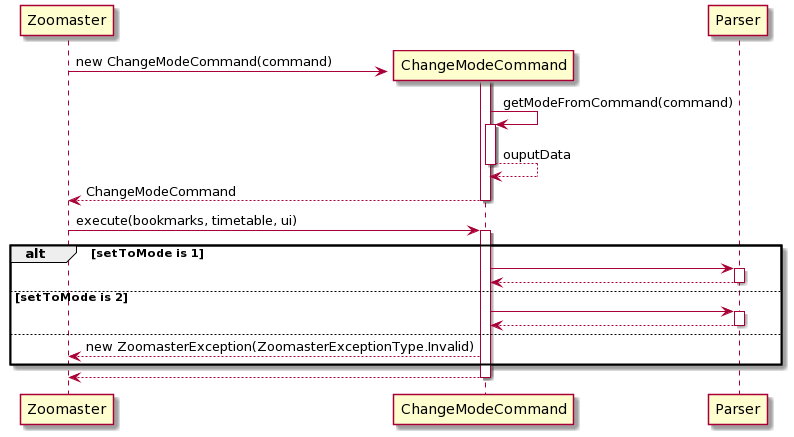
nus-cs2113-AY2021S1/tp keeps this PlantUML diagram as docs/diagrams/ChangeModeCommand seq dia.png. Above is the earlier version. Its diagram source:
```plantuml
@startuml
create Zoomaster
create ChangeModeCommand
activate ChangeModeCommand
Zoomaster -> ChangeModeCommand: new ChangeModeCommand(command)
ChangeModeCommand -> ChangeModeCommand: getModeFromCommand(command)
activate ChangeModeCommand
return ouputData
ChangeModeCommand --> Zoomaster: ChangeModeCommand
deactivate ChangeModeCommand

Zoomaster -> ChangeModeCommand: execute(bookmarks, timetable, ui)
activate ChangeModeCommand

alt setToMode is 1

ChangeModeCommand -> Parser
activate Parser
Parser --> ChangeModeCommand
deactivate Parser

else setToMode is 2

ChangeModeCommand -> Parser
activate Parser
Parser --> ChangeModeCommand
deactivate Parser

else

ChangeModeCommand --> Zoomaster: new ZoomasterException(ZoomasterExceptionType.Invalid)

end

ChangeModeCommand --> Zoomaster
deactivate ChangeModeCommand
@enduml
```
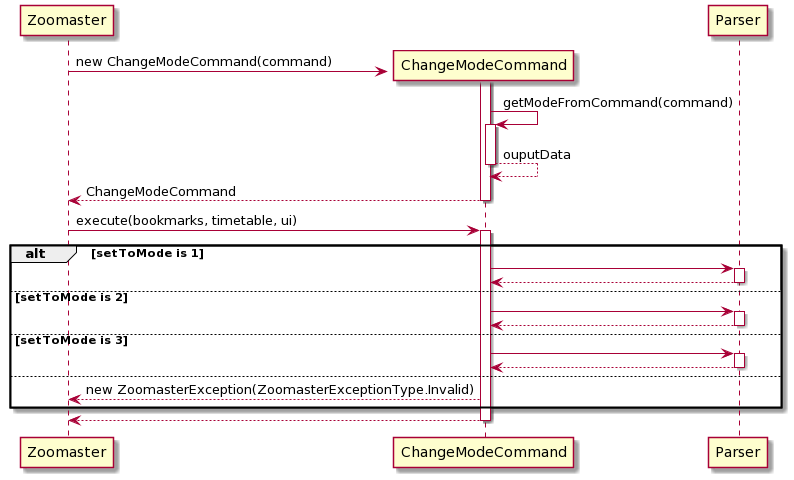
The same file after the commit.

Commit message:
Signed-off-by: tys <tanyushing@outlook.sg>

What changed in the source:
```diff
@@ -26,6 +26,13 @@
 Parser --> ChangeModeCommand
 deactivate Parser
 
+else setToMode is 3
+
+ChangeModeCommand -> Parser
+activate Parser
+Parser --> ChangeModeCommand
+deactivate Parser
+
 else
 
 ChangeModeCommand --> Zoomaster: new ZoomasterException(ZoomasterExceptionType.Invalid)
```
